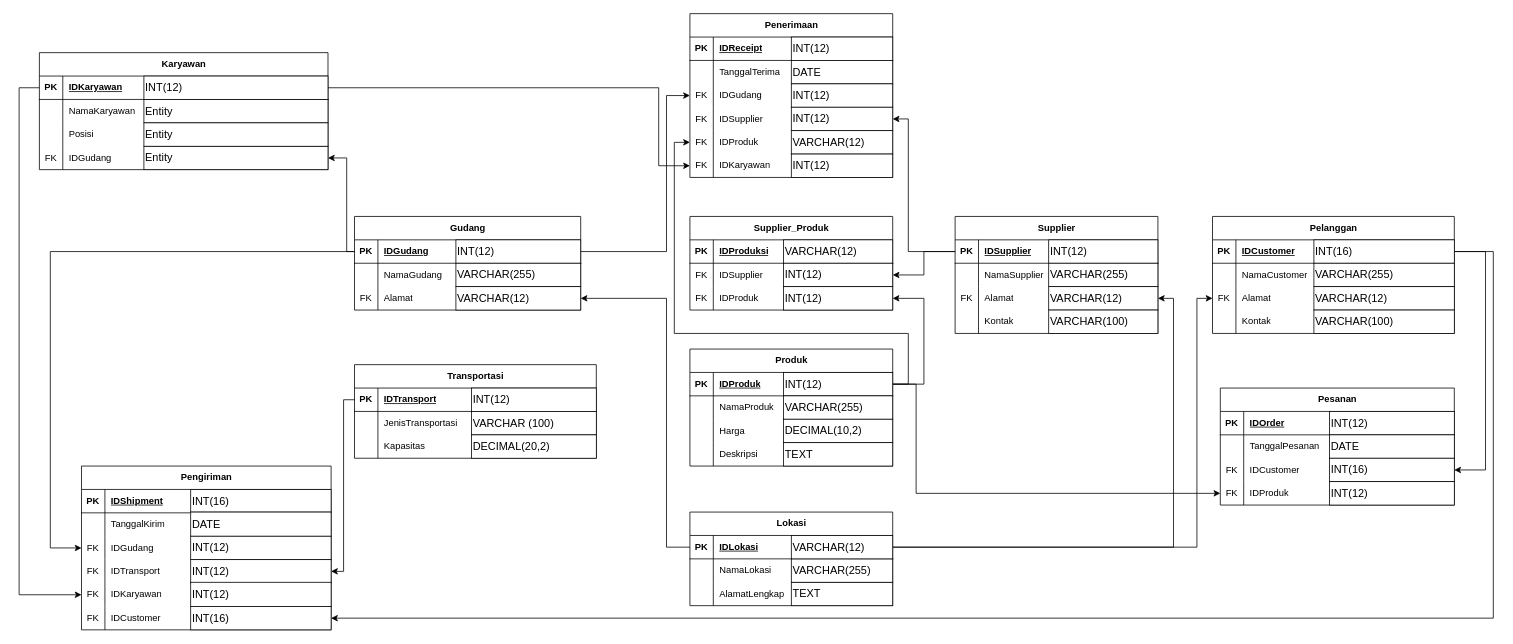
Firzh/semester-3 keeps this draw.io diagram as page "Physical Data Model" (10 of 10) of logistic-management-system.drawio. Above is the earlier version. Source tidied: cells renumbered, new cells numbered last; positions are measured from the earlier drawing's top-left corner, leaving out a move shared by most shapes. Both pictures are drawn from the tidied source at 78%, with x=0, y=0 at pixel (19, 13).
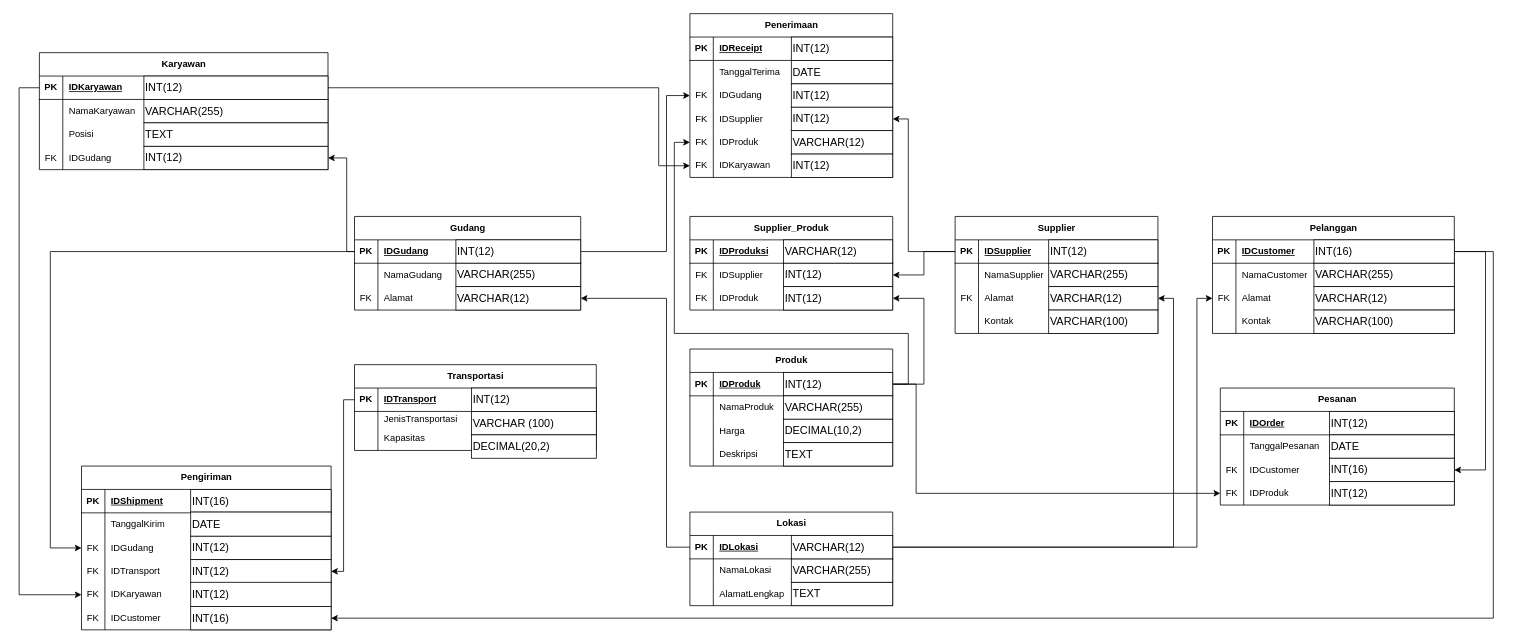
After the change.

Change to the diagram source:
```diff
@@
     <mxCell id="51" value="Transportasi" style="shape=table;startSize=30;childLayout=tableLayout;rowLines=0;fontStyle=1;align=center;html=1;" parent="1" vertex="1">
-      <mxGeometry x="430" y="450" width="310" height="120" as="geometry" />
+      <mxGeometry x="430" y="450" width="310" height="110" as="geometry" />
     </mxCell>
@@
     <mxCell id="55" style="shape=tableRow;horizontal=0;startSize=0;swimlaneHead=0;swimlaneBody=0;fillColor=none;top=0;left=0;right=0;bottom=0;" parent="51" vertex="1">
-      <mxGeometry y="60" width="310" height="30" as="geometry" />
+      <mxGeometry y="60" width="310" height="20" as="geometry" />
     </mxCell>
     <mxCell id="56" style="shape=partialRectangle;fillColor=none;top=0;left=0;bottom=0;right=0;overflow=hidden;whiteSpace=wrap;html=1;" parent="55" vertex="1">
-      <mxGeometry width="30" height="30" as="geometry" />
+      <mxGeometry width="30" height="20" as="geometry" />
     </mxCell>
     <mxCell id="57" value="JenisTransportasi" style="shape=partialRectangle;fillColor=none;top=0;left=0;bottom=0;right=0;align=left;spacingLeft=6;overflow=hidden;whiteSpace=wrap;html=1;" parent="55" vertex="1">
-      <mxGeometry x="30" width="280" height="30" as="geometry" />
+      <mxGeometry x="30" width="280" height="20" as="geometry" />
     </mxCell>
     <mxCell id="58" style="shape=tableRow;horizontal=0;startSize=0;swimlaneHead=0;swimlaneBody=0;fillColor=none;top=0;left=0;right=0;bottom=0;" parent="51" vertex="1">
-      <mxGeometry y="90" width="310" height="30" as="geometry" />
+      <mxGeometry y="80" width="310" height="30" as="geometry" />
     </mxCell>
@@
-    <mxCell id="161" value="&lt;font style=&quot;font-size: 14px;&quot;&gt;Entity&lt;/font&gt;" style="whiteSpace=wrap;html=1;align=left;" parent="1" vertex="1">
+    <mxCell id="161" value="&lt;font style=&quot;font-size: 14px;&quot;&gt;INT(12)&lt;/font&gt;" style="whiteSpace=wrap;html=1;align=left;" parent="1" vertex="1">
       <mxGeometry x="160" y="170" width="236" height="30" as="geometry" />
     </mxCell>
-    <mxCell id="162" value="&lt;font style=&quot;font-size: 14px;&quot;&gt;Entity&lt;/font&gt;" style="whiteSpace=wrap;html=1;align=left;" parent="1" vertex="1">
+    <mxCell id="162" value="&lt;font style=&quot;font-size: 14px;&quot;&gt;VARCHAR(255)&lt;/font&gt;" style="whiteSpace=wrap;html=1;align=left;" parent="1" vertex="1">
       <mxGeometry x="160" y="110" width="236" height="30" as="geometry" />
     </mxCell>
-    <mxCell id="163" value="&lt;font style=&quot;font-size: 14px;&quot;&gt;Entity&lt;/font&gt;" style="whiteSpace=wrap;html=1;align=left;" parent="1" vertex="1">
+    <mxCell id="163" value="&lt;span style=&quot;font-size: 14px;&quot;&gt;TEXT&lt;/span&gt;" style="whiteSpace=wrap;html=1;align=left;" parent="1" vertex="1">
       <mxGeometry x="160" y="140" width="236" height="30" as="geometry" />
     </mxCell>
```
